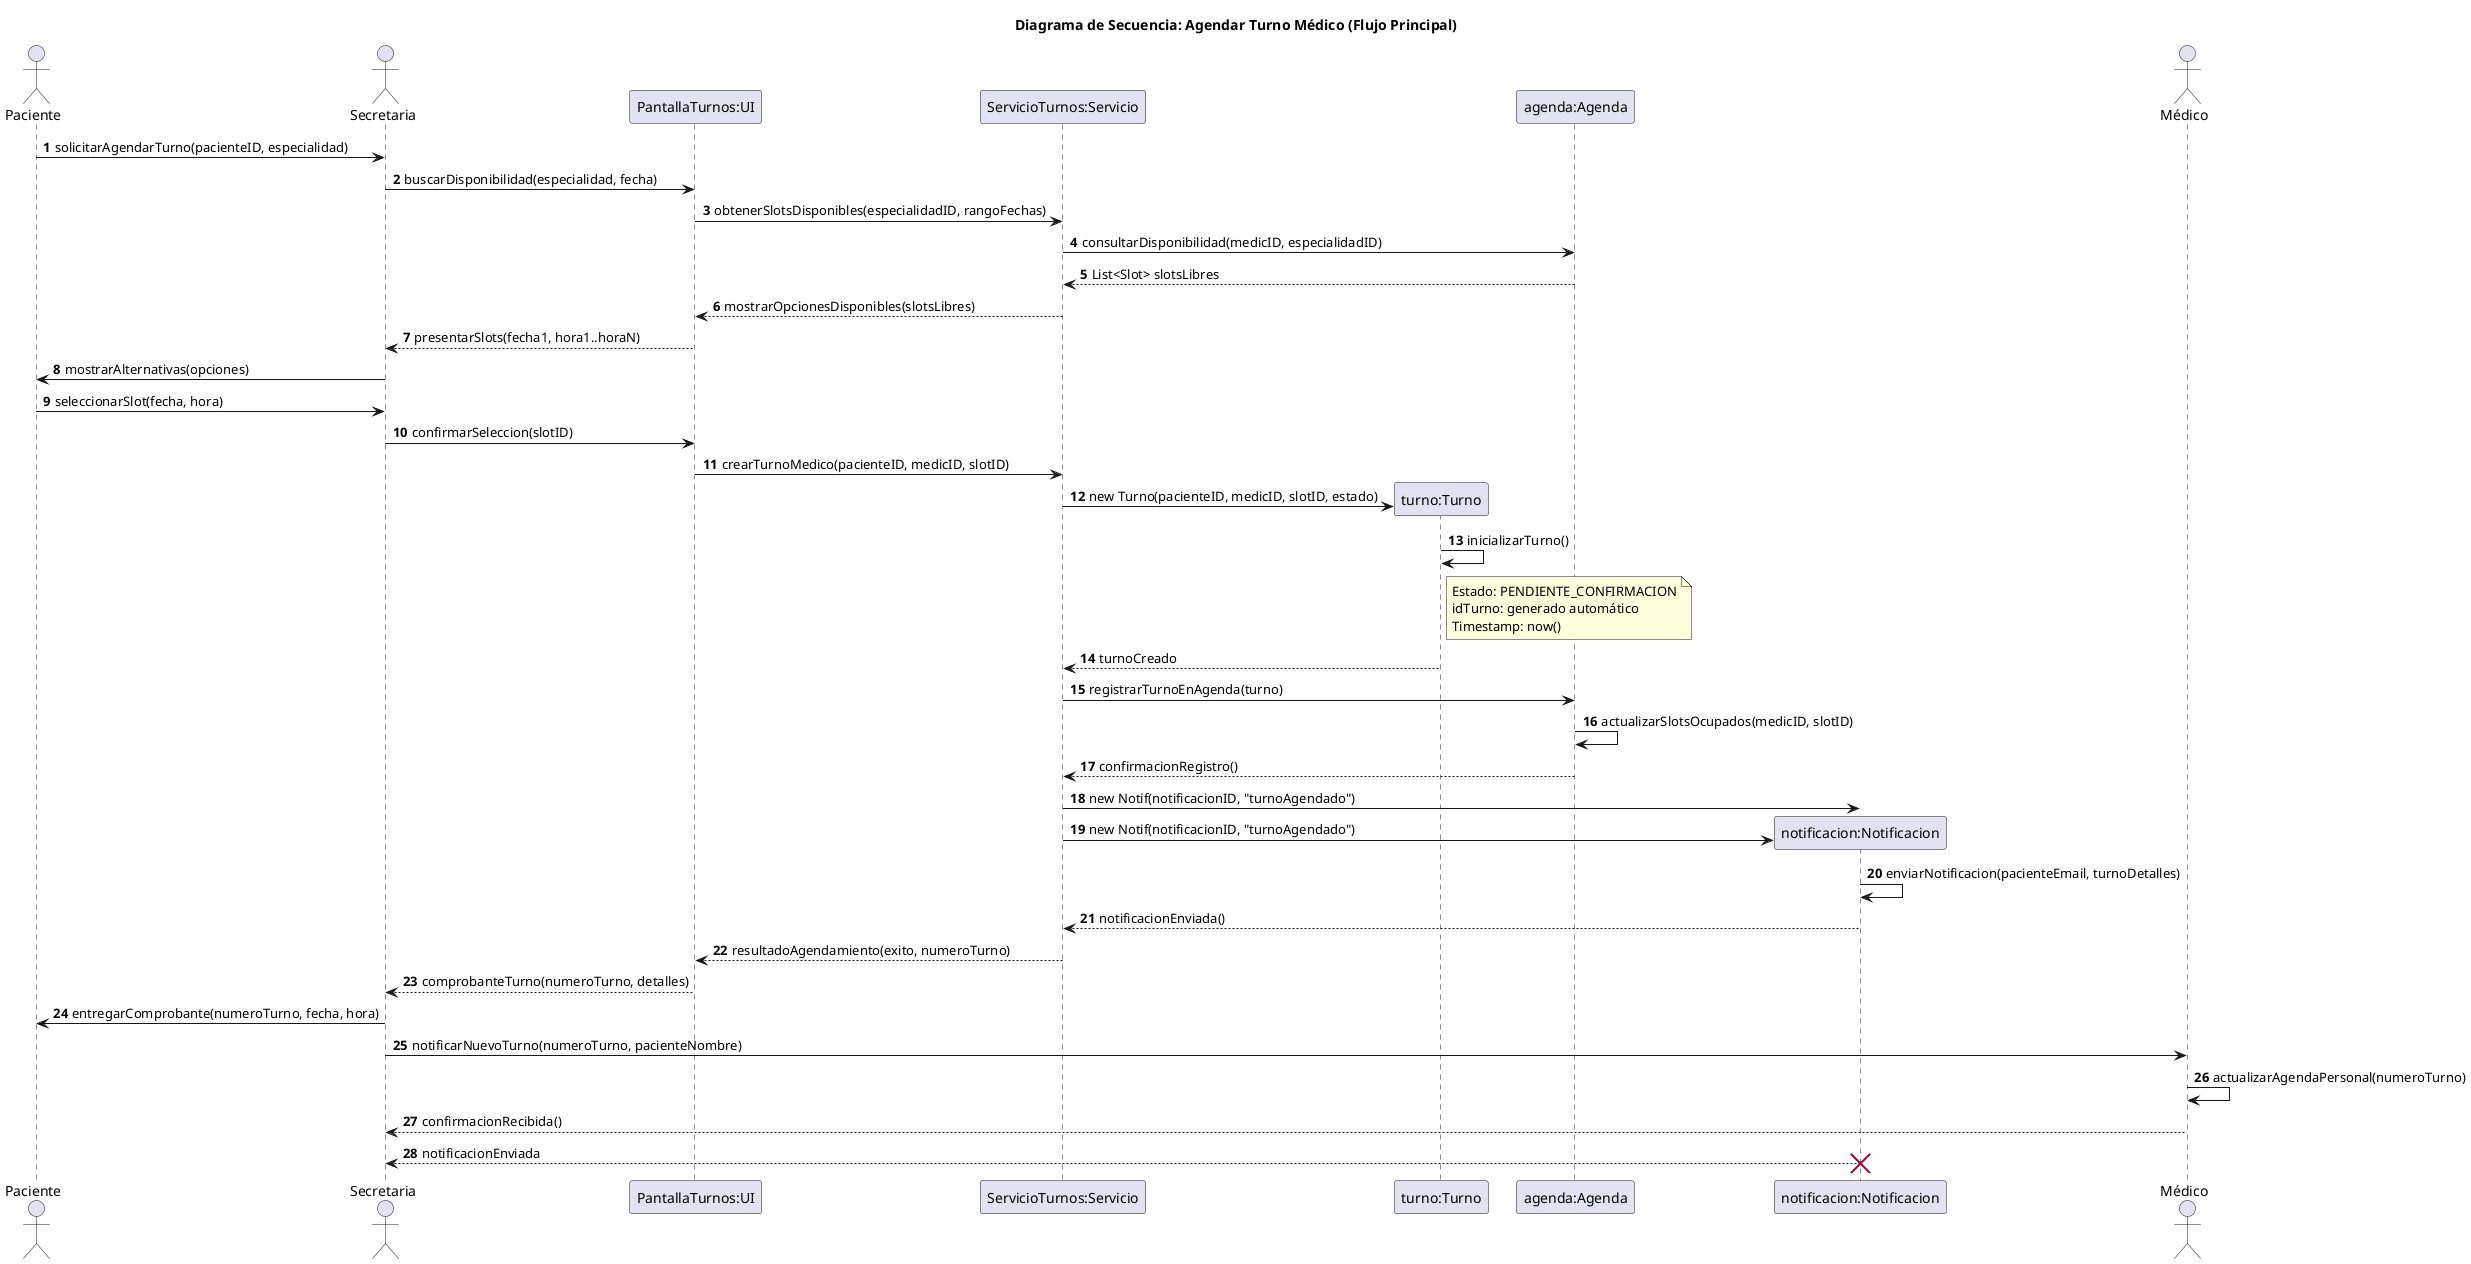
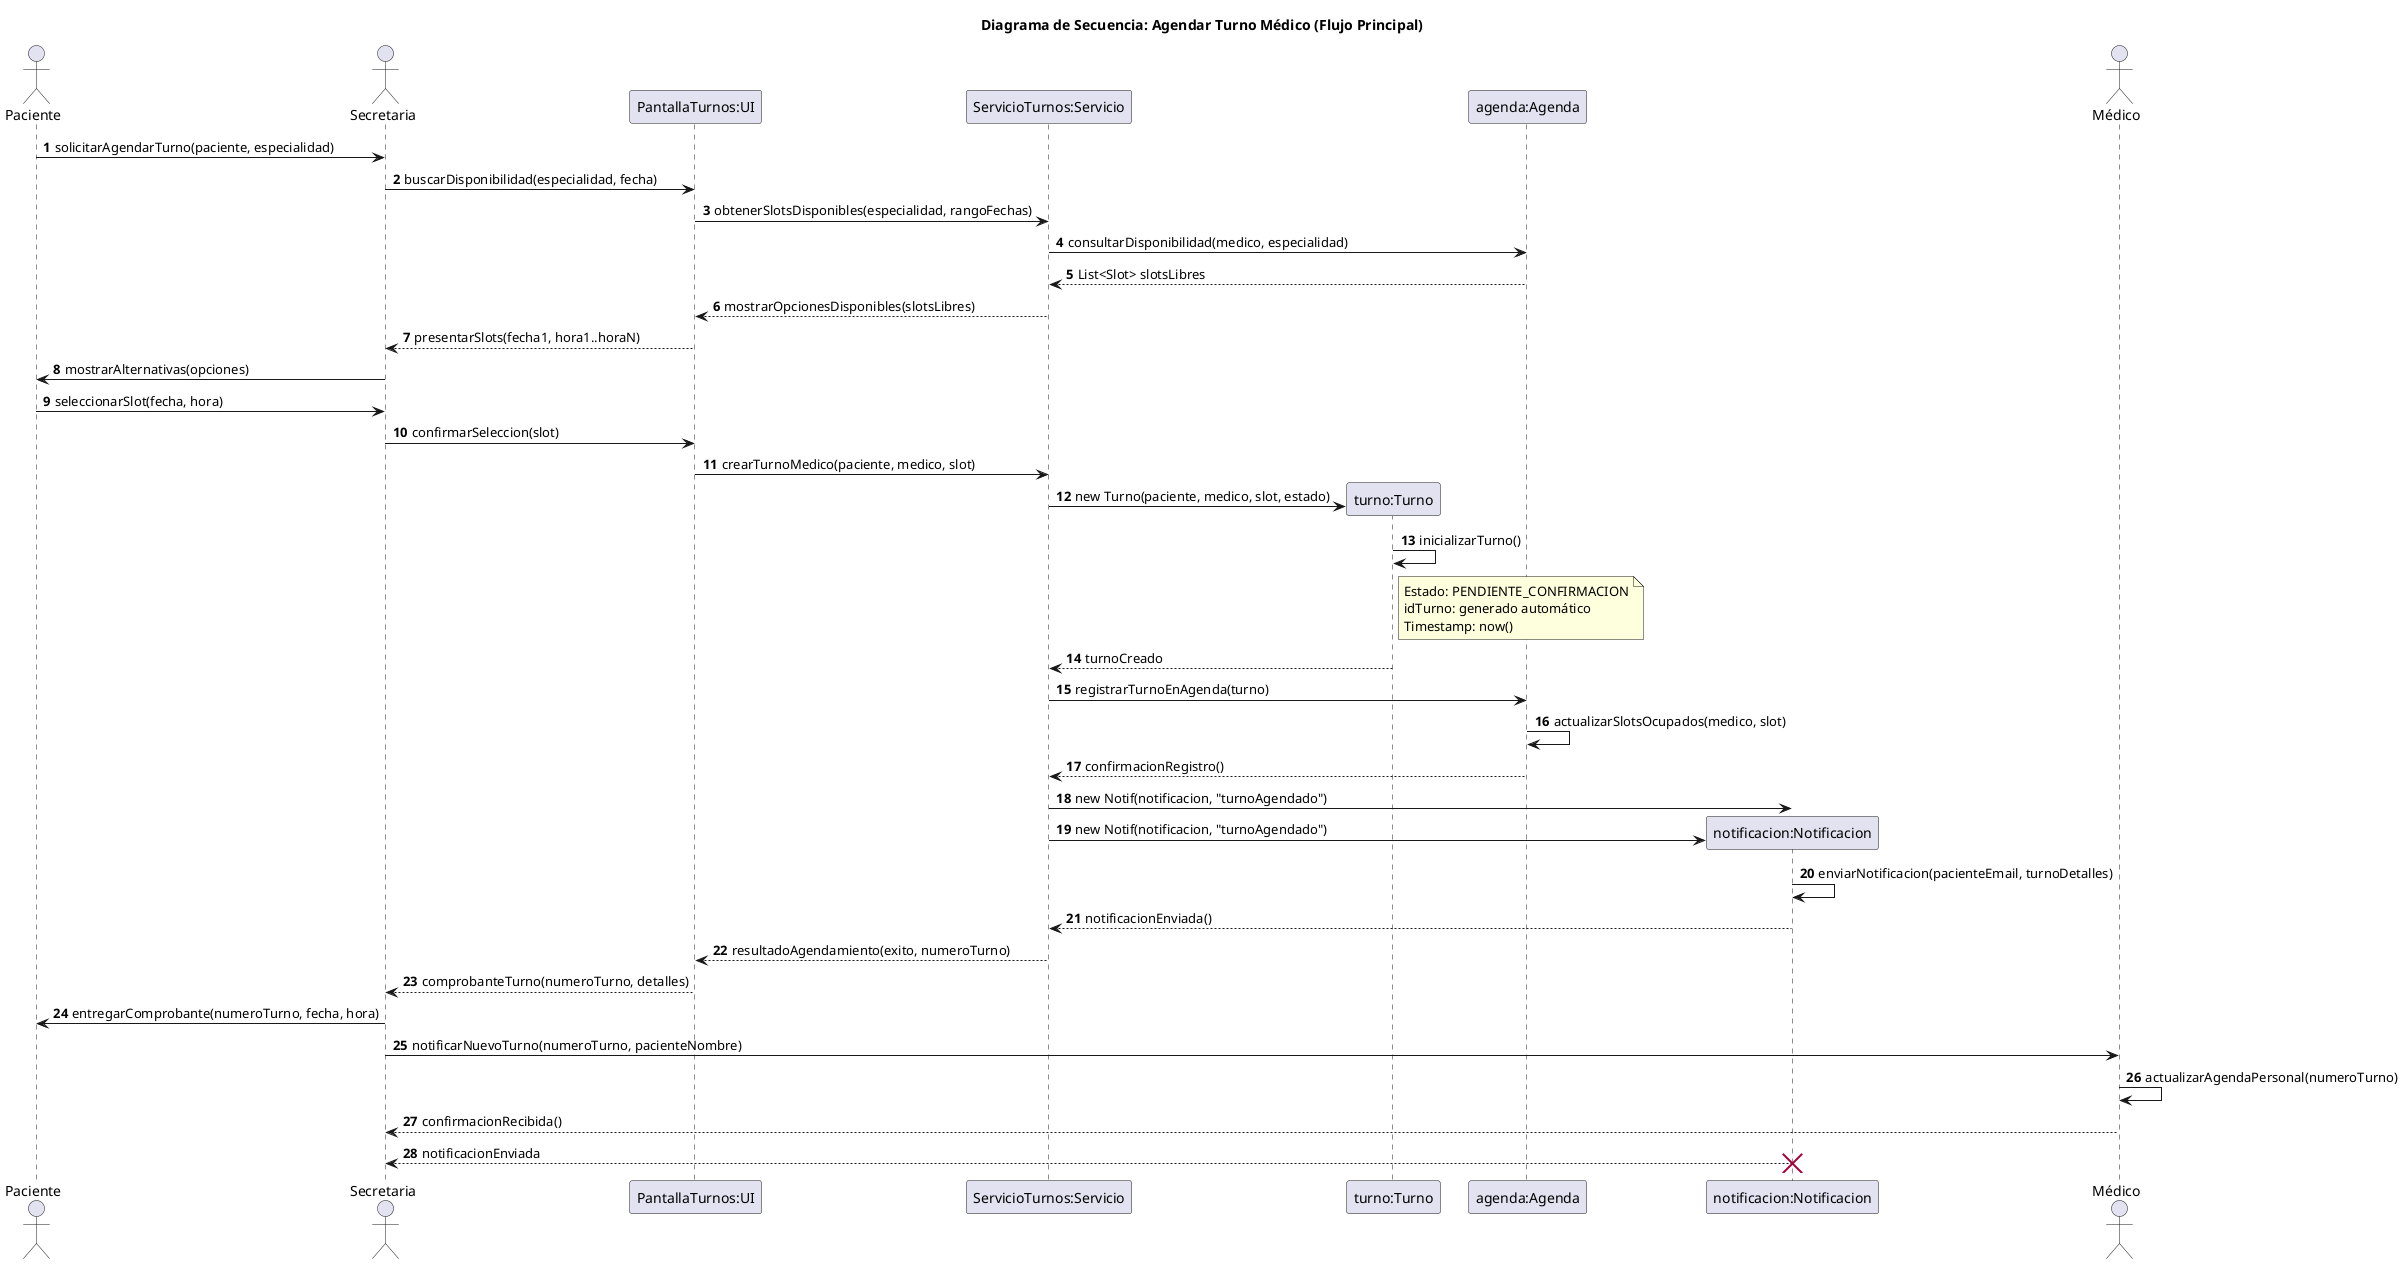
@startuml 05-secuencia-agendar-turno-flujo-principal-01
title Diagrama de Secuencia: Agendar Turno Médico (Flujo Principal)

actor Paciente
actor Secretaria
participant "PantallaTurnos:UI" as UI
participant "ServicioTurnos:Servicio" as Servicio
participant "turno:Turno" as Turno
participant "agenda:Agenda" as Agenda
participant "notificacion:Notificacion" as Notif
actor Médico

autonumber

- Paciente -> Secretaria: solicitarAgendarTurno(pacienteID, especialidad)
+ Paciente -> Secretaria: solicitarAgendarTurno(paciente, especialidad)
Secretaria -> UI: buscarDisponibilidad(especialidad, fecha)
- UI -> Servicio: obtenerSlotsDisponibles(especialidadID, rangoFechas)
- Servicio -> Agenda: consultarDisponibilidad(medicID, especialidadID)
+ UI -> Servicio: obtenerSlotsDisponibles(especialidad, rangoFechas)
+ Servicio -> Agenda: consultarDisponibilidad(medico, especialidad)
Agenda --> Servicio: List<Slot> slotsLibres
Servicio --> UI: mostrarOpcionesDisponibles(slotsLibres)
UI --> Secretaria: presentarSlots(fecha1, hora1..horaN)
Secretaria -> Paciente: mostrarAlternativas(opciones)
Paciente -> Secretaria: seleccionarSlot(fecha, hora)
- Secretaria -> UI: confirmarSeleccion(slotID)
- UI -> Servicio: crearTurnoMedico(pacienteID, medicID, slotID)
+ Secretaria -> UI: confirmarSeleccion(slot)
+ UI -> Servicio: crearTurnoMedico(paciente, medico, slot)
create Turno
- Servicio -> Turno: new Turno(pacienteID, medicID, slotID, estado)
+ Servicio -> Turno: new Turno(paciente, medico, slot, estado)
Turno -> Turno: inicializarTurno()
note right of Turno
  Estado: PENDIENTE_CONFIRMACION
  idTurno: generado automático
  Timestamp: now()
end note
Turno --> Servicio: turnoCreado
Servicio -> Agenda: registrarTurnoEnAgenda(turno)
- Agenda -> Agenda: actualizarSlotsOcupados(medicID, slotID)
+ Agenda -> Agenda: actualizarSlotsOcupados(medico, slot)
Agenda --> Servicio: confirmacionRegistro()
- Servicio -> Notif: new Notif(notificacionID, "turnoAgendado")
+ Servicio -> Notif: new Notif(notificacion, "turnoAgendado")
create Notif
- Servicio -> Notif: new Notif(notificacionID, "turnoAgendado")
+ Servicio -> Notif: new Notif(notificacion, "turnoAgendado")
Notif -> Notif: enviarNotificacion(pacienteEmail, turnoDetalles)
Notif --> Servicio: notificacionEnviada()
Servicio --> UI: resultadoAgendamiento(exito, numeroTurno)
UI --> Secretaria: comprobanteTurno(numeroTurno, detalles)
Secretaria -> Paciente: entregarComprobante(numeroTurno, fecha, hora)
Secretaria -> Médico: notificarNuevoTurno(numeroTurno, pacienteNombre)
Médico -> Médico: actualizarAgendaPersonal(numeroTurno)
Médico --> Secretaria: confirmacionRecibida()
Notif --> Secretaria: notificacionEnviada
destroy Notif

@enduml
